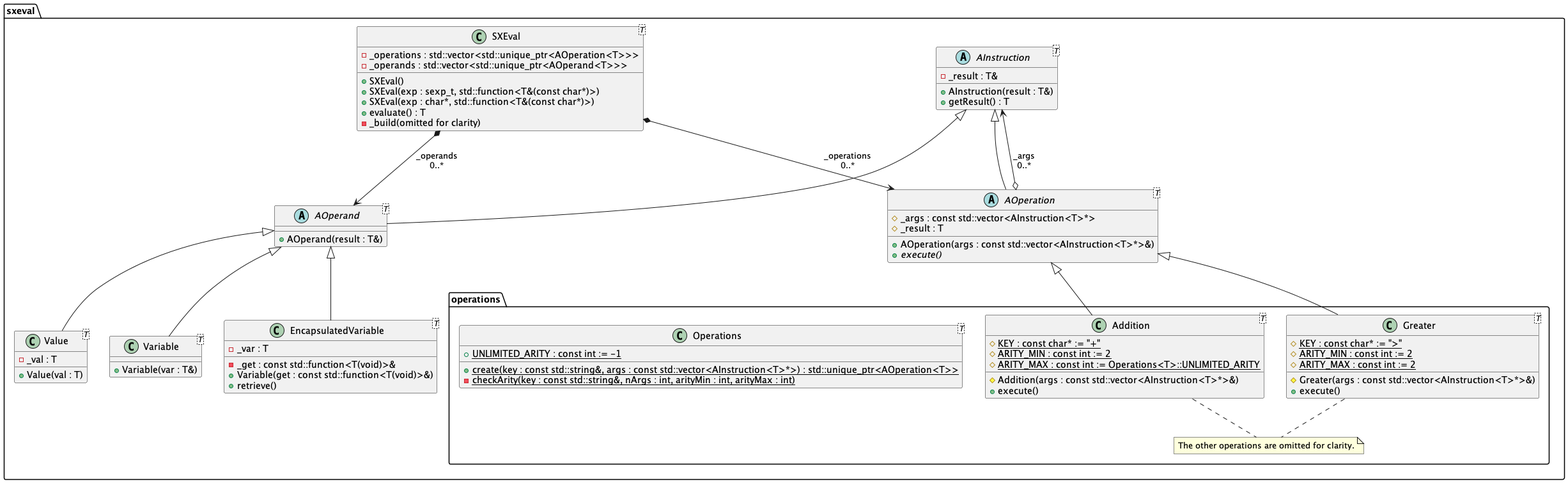
The PlantUML diagram uml/class-diagram.png in abadiet/SXEval, before a commit.
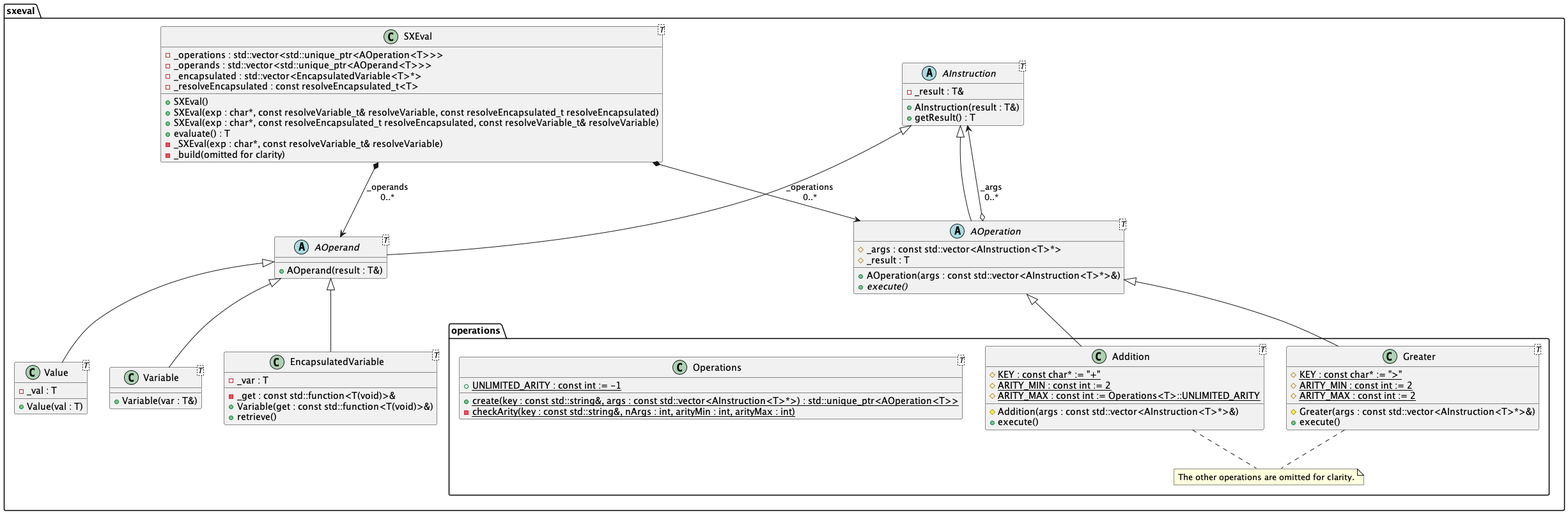
Above is the later version.

Change to the diagram source:
```diff
@@ -5,10 +5,13 @@
     class SXEval<T> {
         -_operations : std::vector<std::unique_ptr<AOperation<T>>>
         -_operands : std::vector<std::unique_ptr<AOperand<T>>>
+        -_encapsulated : std::vector<EncapsulatedVariable<T>*>
+        -_resolveEncapsulated : const resolveEncapsulated_t<T>
         +SXEval()
-        +SXEval(exp : sexp_t, std::function<T&(const char*)>)
-        +SXEval(exp : char*, std::function<T&(const char*)>)
+        +SXEval(exp : char*, const resolveVariable_t& resolveVariable, const resolveEncapsulated_t resolveEncapsulated)
+        +SXEval(exp : char*, const resolveEncapsulated_t resolveEncapsulated, const resolveVariable_t& resolveVariable)
         +evaluate() : T
+        -_SXEval(exp : char*, const resolveVariable_t& resolveVariable)
         -_build(omitted for clarity)
     }
 
```
